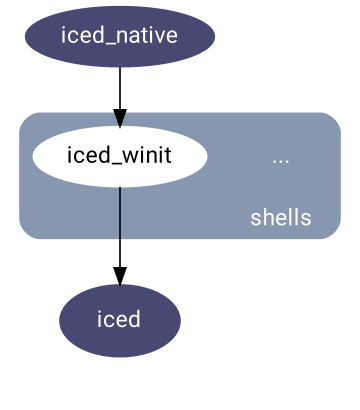
iced-rs/iced keeps this Graphviz diagram as docs/graphs/winit.png. Above is the earlier version. Its source is kept beside it as docs/graphs/winit.dot.
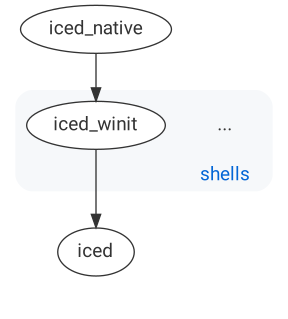
After the change.

What changed in the source:
```diff
@@ -1,19 +1,19 @@
 digraph G {
   fontname = "Roboto";
   newrank=true;
-  node[fontname = "Roboto", style=filled, fontcolor=white, color="#474973"];
+  node[fontname = "Roboto", style="filled", fontcolor="#333333", fillcolor=white, color="#333333"];
+  edge[color="#333333"];
 
   subgraph cluster_2 {
     label = "shells  ";
     labelloc = "b";
     labeljust = "r";
-    fontcolor = "#ffffff";
-    color="#8797AF";
-    bgcolor="#8797AF";
+    fontcolor = "#0366d6";
+    color="#f6f8fa";
+    bgcolor="#f6f8fa";
     style=rounded;
-    node [fillcolor=white, color=white, fontcolor=black];
 
-    etc_2 [label="...", style=empty, shape=none, fontcolor=white];
+    etc_2 [label="...", style=solid, shape=none];
     iced_winit;
   }
 
@@ -28,6 +28,4 @@
   iced_native -> iced_winit;
 
   iced_winit -> iced;
-
-  iced [width=1, height=0.6, style="filled", fontcolor=white, color="#474973"];
 }
```
